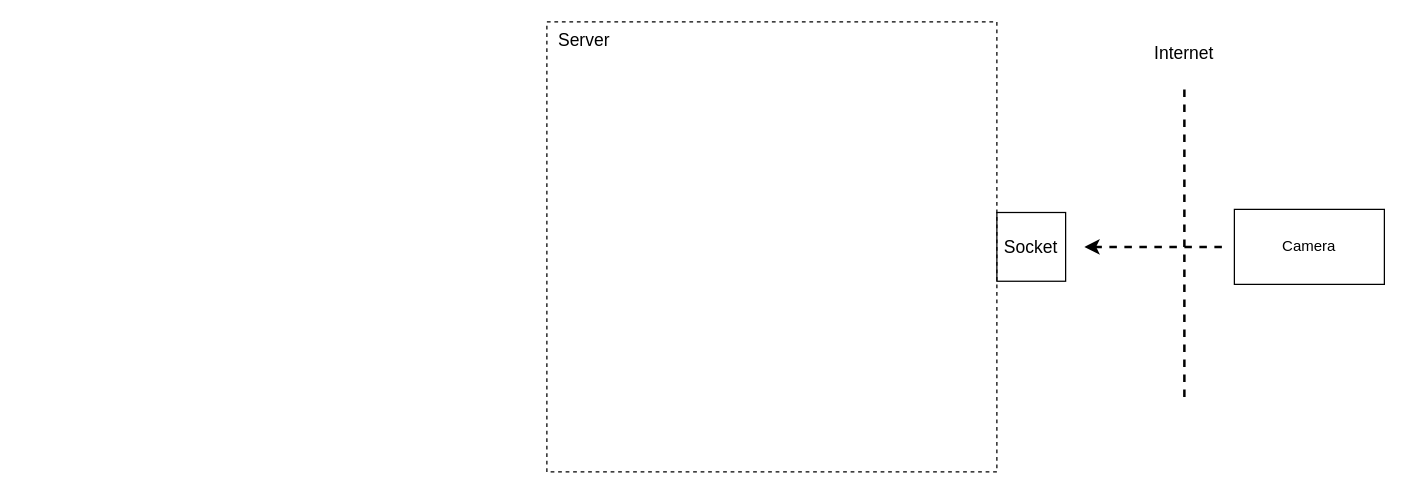
This is scheme/Untitled Diagram.drawio from FinickyPrune/visual-monitoring, a draw.io file, before an edit. Source tidied: cells renumbered, new cells numbered last; positions are measured from the earlier drawing's top-left corner, leaving out a move shared by most shapes. Both pictures are drawn from the tidied source at 125%, with x=0, y=0 at pixel (546, 21).
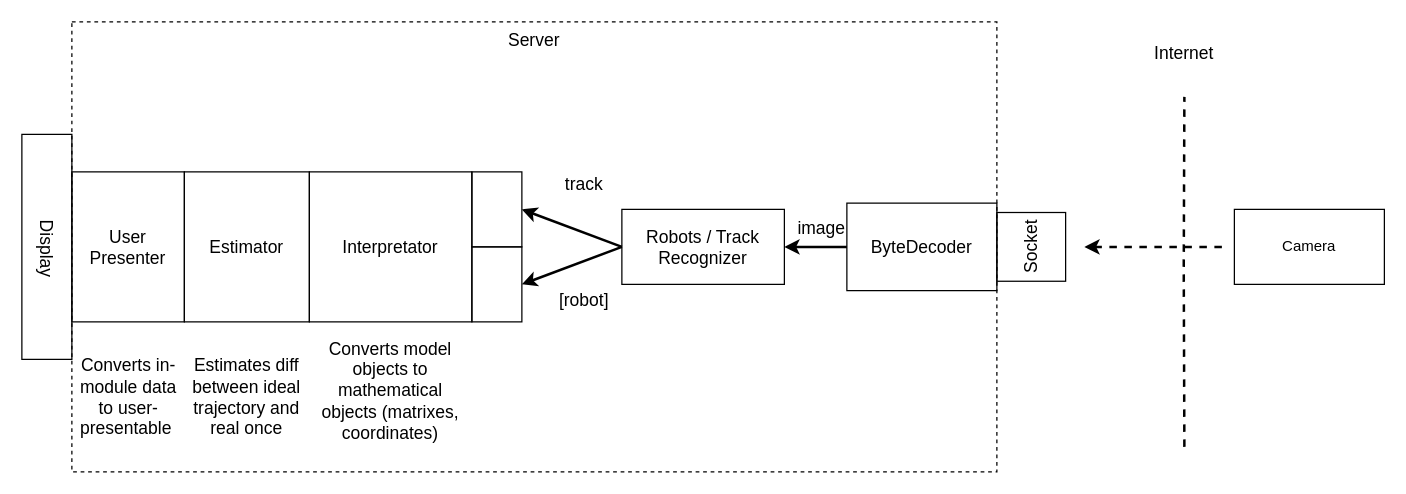
Above is the later version.

Change to the diagram source:
```diff
@@
     <mxCell id="3" style="endArrow=none;dashed=1;html=1;rounded=0;strokeWidth=2;" parent="1" edge="1">
       <mxGeometry relative="1" as="geometry">
-        <mxPoint x="510" y="300" as="sourcePoint" />
-        <mxPoint x="510" y="50" as="targetPoint" />
+        <mxPoint x="510" y="340" as="sourcePoint" />
+        <mxPoint x="510" y="60" as="targetPoint" />
         <Array as="points">
-          <mxPoint x="510" y="190" />
+          <mxPoint x="509.5" y="196.2" />
         </Array>
       </mxGeometry>
     </mxCell>
@@
-    <mxCell id="5" value="Socket" style="whiteSpace=wrap;html=1;fontSize=14;fillColor=none;" parent="1" vertex="1">
+    <mxCell id="5" value="Socket" style="whiteSpace=wrap;html=1;fontSize=14;fillColor=none;rotation=-90;" parent="1" vertex="1">
       <mxGeometry x="360" y="152.5" width="55" height="55" as="geometry" />
     </mxCell>
     <mxCell id="6" style="whiteSpace=wrap;html=1;fontSize=14;dashed=1;fillColor=none;" parent="1" vertex="1">
-      <mxGeometry width="360" height="360" as="geometry" />
+      <mxGeometry x="-380" width="740" height="360" as="geometry" />
     </mxCell>
     <mxCell id="7" value="Server" style="text;html=1;strokeColor=none;fillColor=none;align=center;verticalAlign=middle;whiteSpace=wrap;rounded=0;fontSize=14;" parent="1" vertex="1">
-      <mxGeometry width="60" height="30" as="geometry" />
+      <mxGeometry x="-40" width="60" height="30" as="geometry" />
     </mxCell>
@@
+    <mxCell id="9" value="ByteDecoder" style="rounded=0;whiteSpace=wrap;html=1;fontSize=14;fillColor=none;" parent="1" vertex="1">
+      <mxGeometry x="240" y="145" width="120" height="70" as="geometry" />
+    </mxCell>
+    <mxCell id="10" style="edgeStyle=orthogonalEdgeStyle;rounded=0;orthogonalLoop=1;jettySize=auto;html=1;exitX=0.5;exitY=1;exitDx=0;exitDy=0;dashed=1;strokeWidth=2;fontSize=14;" parent="1" edge="1" source="9" target="9">
+      <mxGeometry relative="1" as="geometry" />
+    </mxCell>
+    <mxCell id="11" style="endArrow=classic;html=1;rounded=0;dashed=1;strokeWidth=2;fontSize=14;exitX=0;exitY=0.5;exitDx=0;exitDy=0;" parent="1" edge="1" source="9">
+      <mxGeometry relative="1" as="geometry">
+        <mxPoint x="240" y="180" as="targetPoint" />
+      </mxGeometry>
+    </mxCell>
+    <mxCell id="12" style="endArrow=classic;html=1;rounded=0;strokeWidth=2;fontSize=14;entryX=1;entryY=0.5;entryDx=0;entryDy=0;exitX=0;exitY=0.5;exitDx=0;exitDy=0;" parent="1" edge="1" source="9" target="13">
+      <mxGeometry relative="1" as="geometry" />
+    </mxCell>
+    <mxCell id="13" value="Robots&amp;nbsp;/ Track&lt;br&gt;Recognizer" style="rounded=0;whiteSpace=wrap;html=1;fontSize=14;fillColor=none;" parent="1" vertex="1">
+      <mxGeometry x="60" y="150" width="130" height="60" as="geometry" />
+    </mxCell>
+    <mxCell id="14" value="image" style="text;html=1;strokeColor=none;fillColor=none;align=center;verticalAlign=middle;whiteSpace=wrap;rounded=0;fontSize=14;" parent="1" vertex="1">
+      <mxGeometry x="190" y="150" width="60" height="30" as="geometry" />
+    </mxCell>
+    <mxCell id="15" style="endArrow=classic;html=1;rounded=0;strokeWidth=2;fontSize=14;exitX=0;exitY=0.5;exitDx=0;exitDy=0;entryX=1;entryY=0.5;entryDx=0;entryDy=0;" parent="1" edge="1" source="13" target="16">
+      <mxGeometry relative="1" as="geometry" />
+    </mxCell>
+    <mxCell id="16" style="rounded=0;whiteSpace=wrap;html=1;fontSize=14;fillColor=none;" parent="1" vertex="1">
+      <mxGeometry x="-60" y="120" width="40" height="60" as="geometry" />
+    </mxCell>
+    <mxCell id="17" style="rounded=0;whiteSpace=wrap;html=1;fontSize=14;fillColor=none;" parent="1" vertex="1">
+      <mxGeometry x="-60" y="180" width="40" height="60" as="geometry" />
+    </mxCell>
+    <mxCell id="18" style="endArrow=classic;html=1;rounded=0;strokeWidth=2;fontSize=14;exitX=0;exitY=0.5;exitDx=0;exitDy=0;entryX=1;entryY=0.5;entryDx=0;entryDy=0;" parent="1" edge="1" source="13" target="17">
+      <mxGeometry relative="1" as="geometry" />
+    </mxCell>
+    <mxCell id="19" value="[robot]" style="text;html=1;strokeColor=none;fillColor=none;align=center;verticalAlign=middle;whiteSpace=wrap;rounded=0;fontSize=14;" parent="1" vertex="1">
+      <mxGeometry y="207.5" width="60" height="30" as="geometry" />
+    </mxCell>
+    <mxCell id="20" value="track" style="text;html=1;strokeColor=none;fillColor=none;align=center;verticalAlign=middle;whiteSpace=wrap;rounded=0;fontSize=14;" parent="1" vertex="1">
+      <mxGeometry y="115" width="60" height="30" as="geometry" />
+    </mxCell>
+    <mxCell id="21" value="Interpretator" style="rounded=0;whiteSpace=wrap;html=1;fontSize=14;fillColor=none;" parent="1" vertex="1">
+      <mxGeometry x="-190" y="120" width="130" height="120" as="geometry" />
+    </mxCell>
+    <mxCell id="22" value="Converts model objects to mathematical objects (matrixes, coordinates)" style="text;html=1;strokeColor=none;fillColor=none;align=center;verticalAlign=middle;whiteSpace=wrap;rounded=0;fontSize=14;" parent="1" vertex="1">
+      <mxGeometry x="-190" y="240" width="130" height="110" as="geometry" />
+    </mxCell>
+    <mxCell id="23" style="rounded=0;whiteSpace=wrap;html=1;fontSize=14;fillColor=none;" parent="1" vertex="1">
+      <mxGeometry x="-290" y="120" width="100" height="120" as="geometry" />
+    </mxCell>
+    <mxCell id="24" value="Estimator" style="text;html=1;strokeColor=none;fillColor=none;align=center;verticalAlign=middle;whiteSpace=wrap;rounded=0;fontSize=14;" parent="1" vertex="1">
+      <mxGeometry x="-270" y="165" width="60" height="30" as="geometry" />
+    </mxCell>
+    <mxCell id="25" value="Estimates diff between ideal trajectory and real once" style="text;html=1;strokeColor=none;fillColor=none;align=center;verticalAlign=middle;whiteSpace=wrap;rounded=0;fontSize=14;" parent="1" vertex="1">
+      <mxGeometry x="-290" y="260" width="100" height="80" as="geometry" />
+    </mxCell>
+    <mxCell id="26" value="User&lt;br&gt;Presenter" style="rounded=0;whiteSpace=wrap;html=1;fontSize=14;fillColor=none;" parent="1" vertex="1">
+      <mxGeometry x="-380" y="120" width="90" height="120" as="geometry" />
+    </mxCell>
+    <mxCell id="27" style="rounded=0;whiteSpace=wrap;html=1;fontSize=14;fillColor=none;" parent="1" vertex="1">
+      <mxGeometry x="-420" y="90" width="40" height="180" as="geometry" />
+    </mxCell>
+    <mxCell id="28" value="Display" style="text;html=1;strokeColor=none;fillColor=none;align=center;verticalAlign=middle;whiteSpace=wrap;rounded=0;fontSize=14;rotation=90;" parent="1" vertex="1">
+      <mxGeometry x="-491.2" y="166.2" width="182.5" height="30" as="geometry" />
+    </mxCell>
+    <mxCell id="29" value="Converts in-module data to user-presentable&amp;nbsp;" style="text;html=1;strokeColor=none;fillColor=none;align=center;verticalAlign=middle;whiteSpace=wrap;rounded=0;fontSize=14;" parent="1" vertex="1">
+      <mxGeometry x="-368.8" y="260" width="68.8" height="80" as="geometry" />
+    </mxCell>
```
